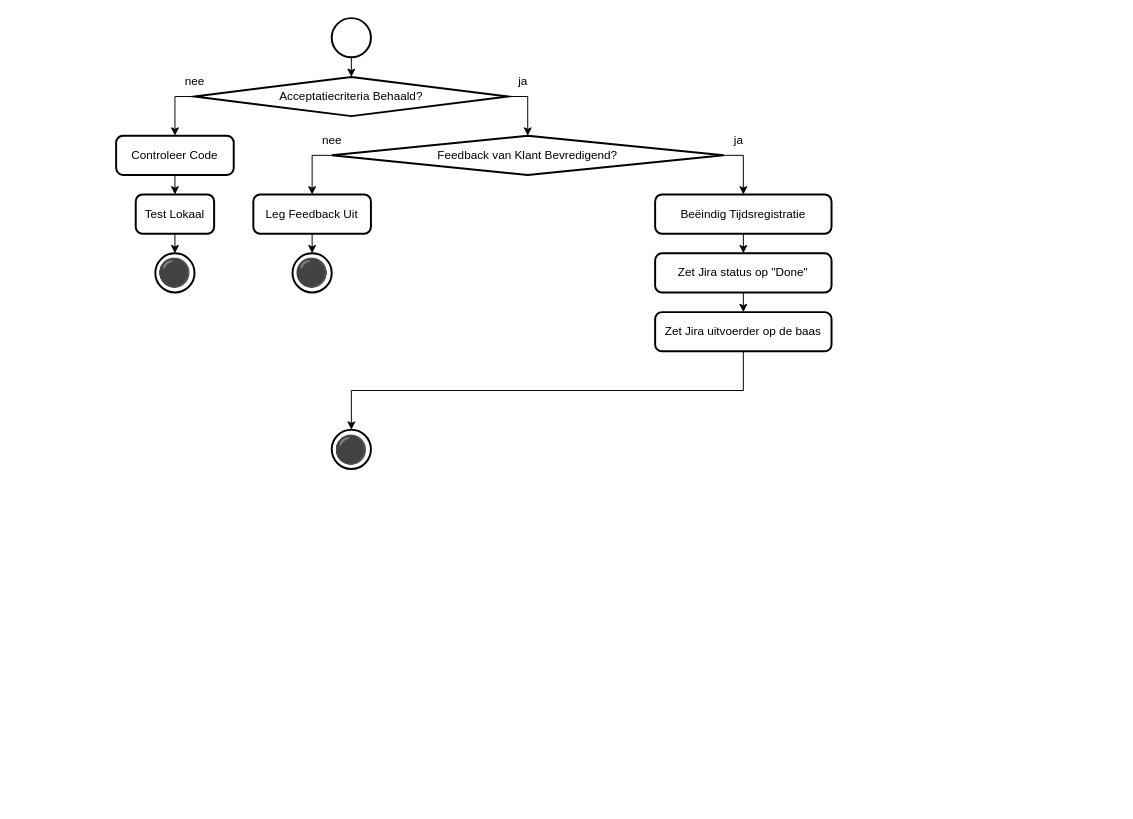
This is 6 Issue Tracker review.drawio from Zaibatsu89/IssueTracker, a draw.io file, before an edit. Source tidied: cells renumbered, new cells numbered last; positions are measured from the earlier drawing's top-left corner, leaving out a move shared by most shapes. Both pictures are drawn from the tidied source at 98%, with x=0, y=0 at pixel (116, 18).
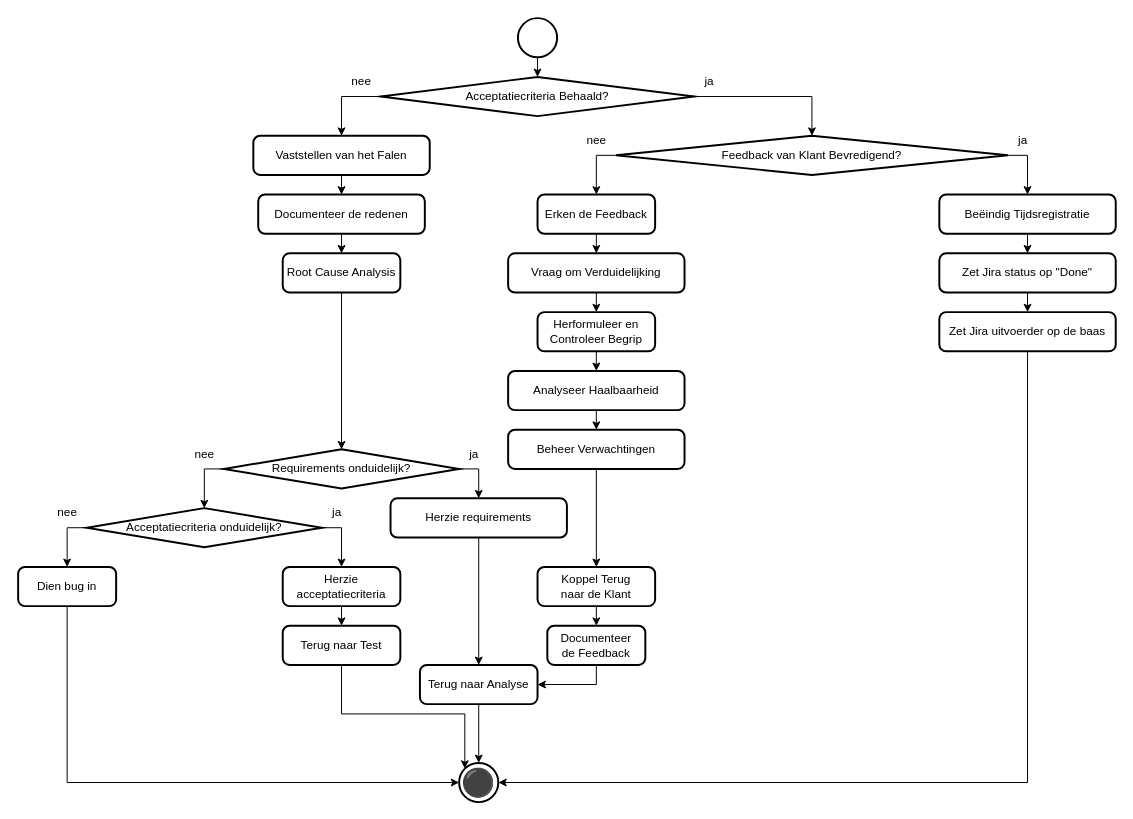
The same diagram, later.

Commit message:
Flowcharts: in review geen weg terug

What changed in the source:
```diff
@@
     <mxCell id="2" style="strokeWidth=2;html=1;shape=mxgraph.flowchart.start_2;whiteSpace=wrap;" parent="1" vertex="1">
-      <mxGeometry x="220" width="40" height="40" as="geometry" />
+      <mxGeometry x="410" width="40" height="40" as="geometry" />
     </mxCell>
@@
     <mxCell id="4" value="Acceptatiecriteria Behaald?" style="strokeWidth=2;html=1;shape=mxgraph.flowchart.decision;whiteSpace=wrap;" parent="1" vertex="1">
-      <mxGeometry x="80" y="60" width="320" height="40" as="geometry" />
+      <mxGeometry x="270" y="60" width="320" height="40" as="geometry" />
     </mxCell>
-    <mxCell id="5" style="edgeStyle=orthogonalEdgeStyle;rounded=0;jettySize=auto;html=1;exitX=0.5;exitY=1;exitDx=0;exitDy=0;exitPerimeter=0;entryX=0.5;entryY=0;entryDx=0;entryDy=0;entryPerimeter=0;" parent="1" edge="1" source="2" target="4">
-      <mxGeometry relative="1" as="geometry" />
+    <mxCell id="5" style="edgeStyle=orthogonalEdgeStyle;rounded=0;jettySize=auto;html=1;exitX=0.5;exitY=1;exitDx=0;exitDy=0;exitPerimeter=0;entryX=0.5;entryY=0;entryDx=0;entryDy=0;entryPerimeter=0;" parent="1" edge="1" source="2">
+      <mxGeometry relative="1" as="geometry">
+        <mxPoint x="430" y="60" as="targetPoint" />
+      </mxGeometry>
     </mxCell>
@@
-    <mxCell id="7" value="Controleer Code" style="rounded=1;whiteSpace=wrap;html=1;absoluteArcSize=1;arcSize=14;strokeWidth=2;" parent="1" vertex="1">
-      <mxGeometry y="120" width="120" height="40" as="geometry" />
+    <mxCell id="7" value="Vaststellen van het Falen" style="rounded=1;whiteSpace=wrap;html=1;absoluteArcSize=1;arcSize=14;strokeWidth=2;" parent="1" vertex="1">
+      <mxGeometry x="140" y="120" width="180" height="40" as="geometry" />
     </mxCell>
     <mxCell id="8" value="nee" style="text;html=1;align=center;verticalAlign=middle;strokeColor=none;fillColor=none;" parent="1" vertex="1">
-      <mxGeometry x="60" y="50" width="40" height="30" as="geometry" />
+      <mxGeometry x="230" y="50" width="40" height="30" as="geometry" />
     </mxCell>
+    <mxCell id="29" style="edgeStyle=orthogonalEdgeStyle;rounded=0;jettySize=auto;html=1;exitX=0.5;exitY=1;exitDx=0;exitDy=0;entryX=0.5;entryY=0;entryDx=0;entryDy=0;" parent="1" edge="1" source="9" target="31">
+      <mxGeometry relative="1" as="geometry" />
+    </mxCell>
-    <mxCell id="9" value="Test Lokaal" style="rounded=1;whiteSpace=wrap;html=1;absoluteArcSize=1;arcSize=14;strokeWidth=2;" parent="1" vertex="1">
-      <mxGeometry x="20" y="180" width="80" height="40" as="geometry" />
+    <mxCell id="9" value="Documenteer de redenen" style="rounded=1;whiteSpace=wrap;html=1;absoluteArcSize=1;arcSize=14;strokeWidth=2;" parent="1" vertex="1">
+      <mxGeometry x="145" y="180" width="170" height="40" as="geometry" />
     </mxCell>
-    <mxCell id="10" value="⚫" style="strokeWidth=2;html=1;shape=mxgraph.flowchart.start_2;whiteSpace=wrap;fontSize=28;" parent="1" vertex="1">
-      <mxGeometry x="40" y="240" width="40" height="40" as="geometry" />
-    </mxCell>
-    <mxCell id="11" style="edgeStyle=orthogonalEdgeStyle;rounded=0;jettySize=auto;html=1;exitX=0.5;exitY=1;exitDx=0;exitDy=0;entryX=0.5;entryY=0;entryDx=0;entryDy=0;entryPerimeter=0;" parent="1" edge="1" source="9" target="10">
-      <mxGeometry relative="1" as="geometry" />
-    </mxCell>
+    <mxCell id="13" style="edgeStyle=orthogonalEdgeStyle;rounded=0;jettySize=auto;html=1;exitX=1;exitY=0.5;exitDx=0;exitDy=0;exitPerimeter=0;entryX=0.5;entryY=0;entryDx=0;entryDy=0;" parent="1" edge="1" source="14" target="21">
+      <mxGeometry relative="1" as="geometry" />
+    </mxCell>
@@
-    <mxCell id="13" style="edgeStyle=orthogonalEdgeStyle;rounded=0;jettySize=auto;html=1;exitX=1;exitY=0.5;exitDx=0;exitDy=0;exitPerimeter=0;entryX=0.5;entryY=0;entryDx=0;entryDy=0;" parent="1" edge="1" source="14" target="21">
-      <mxGeometry relative="1" as="geometry" />
-    </mxCell>
     <mxCell id="14" value="Feedback van Klant Bevredigend?" style="strokeWidth=2;html=1;shape=mxgraph.flowchart.decision;whiteSpace=wrap;" parent="1" vertex="1">
-      <mxGeometry x="220" y="120" width="400" height="40" as="geometry" />
+      <mxGeometry x="510" y="120" width="400" height="40" as="geometry" />
     </mxCell>
-    <mxCell id="15" style="edgeStyle=orthogonalEdgeStyle;rounded=0;jettySize=auto;html=1;exitX=1;exitY=0.5;exitDx=0;exitDy=0;exitPerimeter=0;entryX=0.5;entryY=0;entryDx=0;entryDy=0;entryPerimeter=0;" parent="1" edge="1" source="4" target="14">
-      <mxGeometry relative="1" as="geometry" />
-    </mxCell>
     <mxCell id="16" value="ja" style="text;html=1;align=center;verticalAlign=middle;strokeColor=none;fillColor=none;" parent="1" vertex="1">
-      <mxGeometry x="400" y="50" width="30" height="30" as="geometry" />
+      <mxGeometry x="590" y="50" width="30" height="30" as="geometry" />
     </mxCell>
+    <mxCell id="30" style="edgeStyle=orthogonalEdgeStyle;rounded=0;jettySize=auto;html=1;exitX=0.5;exitY=1;exitDx=0;exitDy=0;entryX=0.5;entryY=0;entryDx=0;entryDy=0;" parent="1" edge="1" source="17" target="54">
+      <mxGeometry relative="1" as="geometry" />
+    </mxCell>
-    <mxCell id="17" value="Leg Feedback Uit" style="rounded=1;whiteSpace=wrap;html=1;absoluteArcSize=1;arcSize=14;strokeWidth=2;" parent="1" vertex="1">
-      <mxGeometry x="140" y="180" width="120" height="40" as="geometry" />
+    <mxCell id="17" value="Erken de Feedback" style="rounded=1;whiteSpace=wrap;html=1;absoluteArcSize=1;arcSize=14;strokeWidth=2;" parent="1" vertex="1">
+      <mxGeometry x="430" y="180" width="120" height="40" as="geometry" />
     </mxCell>
-    <mxCell id="18" value="⚫" style="strokeWidth=2;html=1;shape=mxgraph.flowchart.start_2;whiteSpace=wrap;fontSize=28;" parent="1" vertex="1">
-      <mxGeometry x="180" y="240" width="40" height="40" as="geometry" />
-    </mxCell>
-    <mxCell id="19" style="edgeStyle=orthogonalEdgeStyle;rounded=0;jettySize=auto;html=1;exitX=0.5;exitY=1;exitDx=0;exitDy=0;entryX=0.5;entryY=0;entryDx=0;entryDy=0;entryPerimeter=0;" parent="1" edge="1" source="17" target="18">
-      <mxGeometry relative="1" as="geometry" />
-    </mxCell>
@@
     <mxCell id="21" value="Beëindig Tijdsregistratie" style="rounded=1;whiteSpace=wrap;html=1;absoluteArcSize=1;arcSize=14;strokeWidth=2;" parent="1" vertex="1">
-      <mxGeometry x="550" y="180" width="180" height="40" as="geometry" />
+      <mxGeometry x="840" y="180" width="180" height="40" as="geometry" />
     </mxCell>
     <mxCell id="22" value="nee" style="text;html=1;align=center;verticalAlign=middle;strokeColor=none;fillColor=none;" parent="1" vertex="1">
-      <mxGeometry x="200" y="110" width="40" height="30" as="geometry" />
+      <mxGeometry x="470" y="110" width="40" height="30" as="geometry" />
     </mxCell>
     <mxCell id="23" value="ja" style="text;html=1;align=center;verticalAlign=middle;strokeColor=none;fillColor=none;" parent="1" vertex="1">
-      <mxGeometry x="620" y="110" width="30" height="30" as="geometry" />
+      <mxGeometry x="910" y="110" width="30" height="30" as="geometry" />
     </mxCell>
     <mxCell id="24" value="⚫" style="strokeWidth=2;html=1;shape=mxgraph.flowchart.start_2;whiteSpace=wrap;fontSize=28;" parent="1" vertex="1">
-      <mxGeometry x="220" y="420" width="40" height="40" as="geometry" />
+      <mxGeometry x="350" y="760" width="40" height="40" as="geometry" />
     </mxCell>
@@
     <mxCell id="26" value="Zet Jira status op &quot;Done&quot;" style="rounded=1;whiteSpace=wrap;html=1;absoluteArcSize=1;arcSize=14;strokeWidth=2;" parent="1" vertex="1">
-      <mxGeometry x="550" y="240" width="180" height="40" as="geometry" />
+      <mxGeometry x="840" y="240" width="180" height="40" as="geometry" />
     </mxCell>
     <mxCell id="27" value="Zet Jira uitvoerder op de baas" style="rounded=1;whiteSpace=wrap;html=1;absoluteArcSize=1;arcSize=14;strokeWidth=2;" parent="1" vertex="1">
-      <mxGeometry x="550" y="300" width="180" height="40" as="geometry" />
+      <mxGeometry x="840" y="300" width="180" height="40" as="geometry" />
     </mxCell>
+    <mxCell id="31" value="Root Cause Analysis" style="rounded=1;whiteSpace=wrap;html=1;absoluteArcSize=1;arcSize=14;strokeWidth=2;" parent="1" vertex="1">
+      <mxGeometry x="170" y="240" width="120" height="40" as="geometry" />
+    </mxCell>
+    <mxCell id="32" style="edgeStyle=orthogonalEdgeStyle;rounded=0;jettySize=auto;html=1;exitX=1;exitY=0.5;exitDx=0;exitDy=0;exitPerimeter=0;entryX=0.5;entryY=0;entryDx=0;entryDy=0;" parent="1" edge="1" source="33" target="36">
+      <mxGeometry relative="1" as="geometry" />
+    </mxCell>
+    <mxCell id="33" value="Requirements onduidelijk?" style="strokeWidth=2;html=1;shape=mxgraph.flowchart.decision;whiteSpace=wrap;" parent="1" vertex="1">
+      <mxGeometry x="110" y="440" width="240" height="40" as="geometry" />
+    </mxCell>
+    <mxCell id="34" style="edgeStyle=orthogonalEdgeStyle;rounded=0;jettySize=auto;html=1;exitX=0.5;exitY=1;exitDx=0;exitDy=0;entryX=0.5;entryY=0;entryDx=0;entryDy=0;entryPerimeter=0;" parent="1" edge="1" source="31" target="33">
+      <mxGeometry relative="1" as="geometry" />
+    </mxCell>
+    <mxCell id="35" style="edgeStyle=orthogonalEdgeStyle;rounded=0;jettySize=auto;html=1;exitX=0.5;exitY=1;exitDx=0;exitDy=0;entryX=0.5;entryY=0;entryDx=0;entryDy=0;" parent="1" edge="1" source="36" target="37">
+      <mxGeometry relative="1" as="geometry" />
+    </mxCell>
+    <mxCell id="36" value="Herzie requirements" style="rounded=1;whiteSpace=wrap;html=1;absoluteArcSize=1;arcSize=14;strokeWidth=2;" parent="1" vertex="1">
+      <mxGeometry x="280" y="490" width="180" height="40" as="geometry" />
+    </mxCell>
+    <mxCell id="37" value="Terug naar Analyse" style="rounded=1;whiteSpace=wrap;html=1;absoluteArcSize=1;arcSize=14;strokeWidth=2;" parent="1" vertex="1">
+      <mxGeometry x="310" y="660" width="120" height="40" as="geometry" />
+    </mxCell>
+    <mxCell id="38" style="edgeStyle=orthogonalEdgeStyle;rounded=0;jettySize=auto;html=1;exitX=1;exitY=0.5;exitDx=0;exitDy=0;exitPerimeter=0;entryX=0.5;entryY=0;entryDx=0;entryDy=0;" parent="1" edge="1" source="40" target="45">
+      <mxGeometry relative="1" as="geometry" />
+    </mxCell>
+    <mxCell id="39" style="edgeStyle=orthogonalEdgeStyle;rounded=0;jettySize=auto;html=1;exitX=0;exitY=0.5;exitDx=0;exitDy=0;exitPerimeter=0;entryX=0.5;entryY=0;entryDx=0;entryDy=0;" parent="1" edge="1" source="40" target="46">
+      <mxGeometry relative="1" as="geometry" />
+    </mxCell>
+    <mxCell id="40" value="Acceptatiecriteria onduidelijk?" style="strokeWidth=2;html=1;shape=mxgraph.flowchart.decision;whiteSpace=wrap;" parent="1" vertex="1">
+      <mxGeometry x="-30" y="500" width="240" height="40" as="geometry" />
+    </mxCell>
+    <mxCell id="41" style="edgeStyle=orthogonalEdgeStyle;rounded=0;jettySize=auto;html=1;exitX=0;exitY=0.5;exitDx=0;exitDy=0;exitPerimeter=0;entryX=0.5;entryY=0;entryDx=0;entryDy=0;entryPerimeter=0;" parent="1" edge="1" source="33" target="40">
+      <mxGeometry relative="1" as="geometry" />
+    </mxCell>
+    <mxCell id="42" value="ja" style="text;html=1;align=center;verticalAlign=middle;strokeColor=none;fillColor=none;" parent="1" vertex="1">
+      <mxGeometry x="350" y="430" width="30" height="30" as="geometry" />
+    </mxCell>
+    <mxCell id="43" value="nee" style="text;html=1;align=center;verticalAlign=middle;strokeColor=none;fillColor=none;" parent="1" vertex="1">
+      <mxGeometry x="70" y="430" width="40" height="30" as="geometry" />
+    </mxCell>
+    <mxCell id="44" style="edgeStyle=orthogonalEdgeStyle;rounded=0;jettySize=auto;html=1;exitX=0.5;exitY=1;exitDx=0;exitDy=0;entryX=0.5;entryY=0;entryDx=0;entryDy=0;" parent="1" edge="1" source="45" target="47">
+      <mxGeometry relative="1" as="geometry" />
+    </mxCell>
+    <mxCell id="45" value="Herzie&lt;div&gt;acceptatiecriteria&lt;/div&gt;" style="rounded=1;whiteSpace=wrap;html=1;absoluteArcSize=1;arcSize=14;strokeWidth=2;" parent="1" vertex="1">
+      <mxGeometry x="170" y="560" width="120" height="40" as="geometry" />
+    </mxCell>
+    <mxCell id="46" value="Dien bug in" style="rounded=1;whiteSpace=wrap;html=1;absoluteArcSize=1;arcSize=14;strokeWidth=2;" parent="1" vertex="1">
+      <mxGeometry x="-100" y="560" width="100" height="40" as="geometry" />
+    </mxCell>
+    <mxCell id="47" value="Terug naar Test" style="rounded=1;whiteSpace=wrap;html=1;absoluteArcSize=1;arcSize=14;strokeWidth=2;" parent="1" vertex="1">
+      <mxGeometry x="170" y="620" width="120" height="40" as="geometry" />
+    </mxCell>
+    <mxCell id="48" style="edgeStyle=orthogonalEdgeStyle;rounded=0;jettySize=auto;html=1;exitX=0.5;exitY=1;exitDx=0;exitDy=0;entryX=0;entryY=0.5;entryDx=0;entryDy=0;entryPerimeter=0;" parent="1" edge="1" source="46" target="24">
+      <mxGeometry relative="1" as="geometry" />
+    </mxCell>
+    <mxCell id="49" style="edgeStyle=orthogonalEdgeStyle;rounded=0;jettySize=auto;html=1;exitX=0.5;exitY=1;exitDx=0;exitDy=0;entryX=0.145;entryY=0.145;entryDx=0;entryDy=0;entryPerimeter=0;" parent="1" edge="1" source="47" target="24">
+      <mxGeometry relative="1" as="geometry" />
+    </mxCell>
+    <mxCell id="50" value="nee" style="text;html=1;align=center;verticalAlign=middle;strokeColor=none;fillColor=none;" parent="1" vertex="1">
+      <mxGeometry x="-70" y="490" width="40" height="30" as="geometry" />
+    </mxCell>
+    <mxCell id="51" value="ja" style="text;html=1;align=center;verticalAlign=middle;strokeColor=none;fillColor=none;" parent="1" vertex="1">
+      <mxGeometry x="210" y="490" width="30" height="30" as="geometry" />
+    </mxCell>
+    <mxCell id="15" style="edgeStyle=orthogonalEdgeStyle;rounded=0;jettySize=auto;html=1;exitX=1;exitY=0.5;exitDx=0;exitDy=0;exitPerimeter=0;entryX=0.5;entryY=0;entryDx=0;entryDy=0;entryPerimeter=0;" parent="1" edge="1" source="4" target="14">
+      <mxGeometry relative="1" as="geometry" />
+    </mxCell>
+    <mxCell id="52" style="edgeStyle=orthogonalEdgeStyle;rounded=0;jettySize=auto;html=1;exitX=0.5;exitY=1;exitDx=0;exitDy=0;entryX=0.5;entryY=0;entryDx=0;entryDy=0;entryPerimeter=0;" parent="1" edge="1" source="37" target="24">
+      <mxGeometry relative="1" as="geometry" />
+    </mxCell>
-    <mxCell id="28" style="edgeStyle=orthogonalEdgeStyle;rounded=0;jettySize=auto;html=1;exitX=0.5;exitY=1;exitDx=0;exitDy=0;entryX=0.5;entryY=0;entryDx=0;entryDy=0;entryPerimeter=0;" parent="1" edge="1" source="27" target="24">
+    <mxCell id="28" style="edgeStyle=orthogonalEdgeStyle;rounded=0;jettySize=auto;html=1;exitX=0.5;exitY=1;exitDx=0;exitDy=0;entryX=1;entryY=0.5;entryDx=0;entryDy=0;entryPerimeter=0;" parent="1" edge="1" source="27" target="24">
       <mxGeometry relative="1" as="geometry" />
     </mxCell>
+    <mxCell id="53" style="edgeStyle=orthogonalEdgeStyle;rounded=0;jettySize=auto;html=1;exitX=0.5;exitY=1;exitDx=0;exitDy=0;entryX=0.5;entryY=0;entryDx=0;entryDy=0;" parent="1" edge="1" source="54" target="56">
+      <mxGeometry relative="1" as="geometry" />
+    </mxCell>
+    <mxCell id="54" value="Vraag om Verduidelijking" style="rounded=1;whiteSpace=wrap;html=1;absoluteArcSize=1;arcSize=14;strokeWidth=2;" parent="1" vertex="1">
+      <mxGeometry x="400" y="240" width="180" height="40" as="geometry" />
+    </mxCell>
+    <mxCell id="55" style="edgeStyle=orthogonalEdgeStyle;rounded=0;jettySize=auto;html=1;exitX=0.5;exitY=1;exitDx=0;exitDy=0;entryX=0.5;entryY=0;entryDx=0;entryDy=0;" parent="1" edge="1" source="56" target="58">
+      <mxGeometry relative="1" as="geometry" />
+    </mxCell>
+    <mxCell id="56" value="Herformuleer en Controleer Begrip" style="rounded=1;whiteSpace=wrap;html=1;absoluteArcSize=1;arcSize=14;strokeWidth=2;" parent="1" vertex="1">
+      <mxGeometry x="430" y="300" width="120" height="40" as="geometry" />
+    </mxCell>
+    <mxCell id="57" style="edgeStyle=orthogonalEdgeStyle;rounded=0;jettySize=auto;html=1;exitX=0.5;exitY=1;exitDx=0;exitDy=0;entryX=0.5;entryY=0;entryDx=0;entryDy=0;" parent="1" edge="1" source="58" target="60">
+      <mxGeometry relative="1" as="geometry" />
+    </mxCell>
+    <mxCell id="58" value="Analyseer Haalbaarheid" style="rounded=1;whiteSpace=wrap;html=1;absoluteArcSize=1;arcSize=14;strokeWidth=2;" parent="1" vertex="1">
+      <mxGeometry x="400" y="360" width="180" height="40" as="geometry" />
+    </mxCell>
+    <mxCell id="59" style="edgeStyle=orthogonalEdgeStyle;rounded=0;jettySize=auto;html=1;exitX=0.5;exitY=1;exitDx=0;exitDy=0;entryX=0.5;entryY=0;entryDx=0;entryDy=0;" parent="1" edge="1" source="60" target="62">
+      <mxGeometry relative="1" as="geometry" />
+    </mxCell>
+    <mxCell id="60" value="Beheer Verwachtingen" style="rounded=1;whiteSpace=wrap;html=1;absoluteArcSize=1;arcSize=14;strokeWidth=2;" parent="1" vertex="1">
+      <mxGeometry x="400" y="420" width="180" height="40" as="geometry" />
+    </mxCell>
+    <mxCell id="61" style="edgeStyle=orthogonalEdgeStyle;rounded=0;jettySize=auto;html=1;exitX=0.5;exitY=1;exitDx=0;exitDy=0;entryX=0.5;entryY=0;entryDx=0;entryDy=0;" parent="1" edge="1" source="62" target="64">
+      <mxGeometry relative="1" as="geometry" />
+    </mxCell>
+    <mxCell id="62" value="Koppel Terug&lt;br&gt;naar de Klant" style="rounded=1;whiteSpace=wrap;html=1;absoluteArcSize=1;arcSize=14;strokeWidth=2;" parent="1" vertex="1">
+      <mxGeometry x="430" y="560" width="120" height="40" as="geometry" />
+    </mxCell>
+    <mxCell id="63" style="edgeStyle=orthogonalEdgeStyle;rounded=0;jettySize=auto;html=1;exitX=0.5;exitY=1;exitDx=0;exitDy=0;entryX=1;entryY=0.5;entryDx=0;entryDy=0;" parent="1" edge="1" source="64" target="37">
+      <mxGeometry relative="1" as="geometry" />
+    </mxCell>
+    <mxCell id="64" value="Documenteer&lt;br&gt;de Feedback" style="rounded=1;whiteSpace=wrap;html=1;absoluteArcSize=1;arcSize=14;strokeWidth=2;" parent="1" vertex="1">
+      <mxGeometry x="440" y="620" width="100" height="40" as="geometry" />
+    </mxCell>
```
